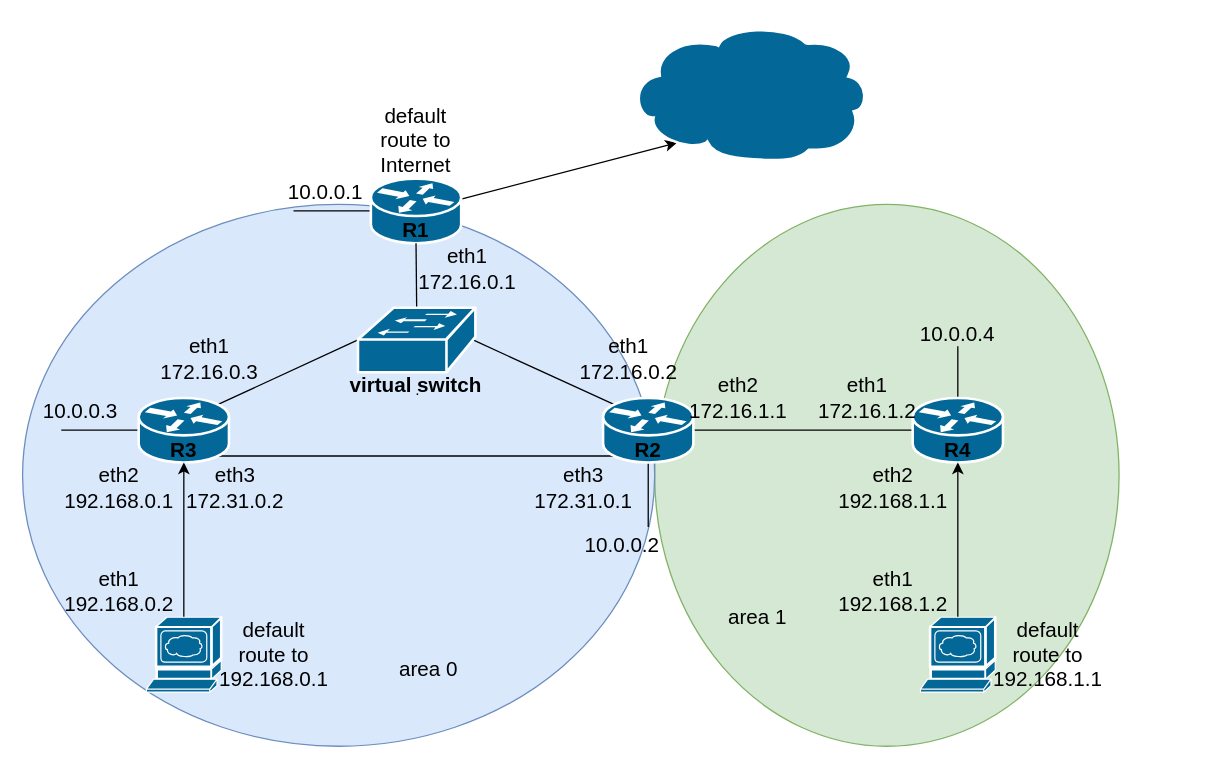
Above: dynamic_routing/docs/mai.drawio in mbfx/otus-linux-adm (draw.io), before the change. Source tidied: cells renumbered, new cells numbered last; positions are measured from the earlier drawing's top-left corner, leaving out a move shared by most shapes. Both pictures are drawn from the tidied source at 129%, with x=0, y=0 at pixel (22, 23).
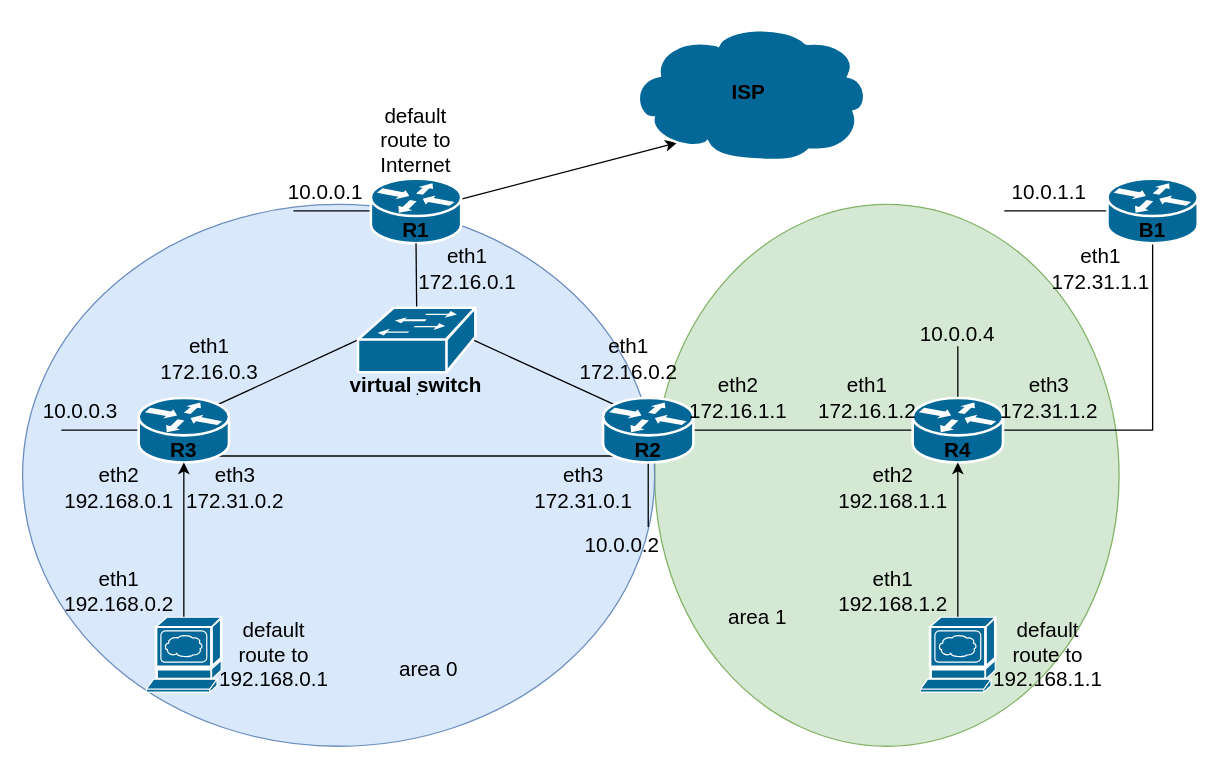
Above is the later version.

Unchanged cells that the change refers to:
```xml
<mxCell id="18" style="shape=mxgraph.cisco.routers.router;html=1;dashed=0;fillColor=#036897;strokeColor=#ffffff;strokeWidth=2;verticalLabelPosition=bottom;verticalAlign=top;align=center;outlineConnect=0;" parent="1" vertex="1">
  <mxGeometry x="690" y="290" width="70" height="50" as="geometry" />
</mxCell>
```

Diff of the diagram source:
```diff
@@
+    <mxCell id="49" style="edgeStyle=orthogonalEdgeStyle;rounded=0;jettySize=auto;html=1;exitX=1;exitY=0.5;exitDx=0;exitDy=0;exitPerimeter=0;entryX=0.5;entryY=1;entryDx=0;entryDy=0;entryPerimeter=0;endArrow=none;endFill=0;" parent="1" edge="1" source="18" target="51">
+      <mxGeometry relative="1" as="geometry" />
+    </mxCell>
@@
+    <mxCell id="50" style="rounded=0;jettySize=auto;html=1;exitX=0;exitY=0.5;exitDx=0;exitDy=0;exitPerimeter=0;endArrow=none;endFill=0;" parent="1" edge="1" source="51">
+      <mxGeometry relative="1" as="geometry">
+        <mxPoint x="761" y="145" as="targetPoint" />
+      </mxGeometry>
+    </mxCell>
+    <mxCell id="51" style="shape=mxgraph.cisco.routers.router;html=1;dashed=0;fillColor=#036897;strokeColor=#ffffff;strokeWidth=2;verticalLabelPosition=bottom;verticalAlign=top;align=center;outlineConnect=0;" parent="1" vertex="1">
+      <mxGeometry x="841" y="120" width="70" height="50" as="geometry" />
+    </mxCell>
+    <mxCell id="52" value="ISP" style="text;html=1;strokeColor=none;fillColor=none;align=center;verticalAlign=middle;whiteSpace=wrap;rounded=0;fontSize=16;fontStyle=1;" parent="1" vertex="1">
+      <mxGeometry x="543" y="43" width="40" height="20" as="geometry" />
+    </mxCell>
+    <mxCell id="53" value="B1" style="text;html=1;strokeColor=none;fillColor=none;align=center;verticalAlign=middle;whiteSpace=wrap;rounded=0;fontSize=16;fontStyle=1;" parent="1" vertex="1">
+      <mxGeometry x="856" y="150" width="40" height="20" as="geometry" />
+    </mxCell>
+    <mxCell id="54" value="10.0.1.1" style="text;html=1;strokeColor=none;fillColor=none;align=center;verticalAlign=middle;whiteSpace=wrap;rounded=0;fontSize=16;" parent="1" vertex="1">
+      <mxGeometry x="761" y="120" width="70" height="20" as="geometry" />
+    </mxCell>
+    <mxCell id="55" value="eth3&lt;br&gt;172.31.1.2" style="text;html=1;strokeColor=none;fillColor=none;align=center;verticalAlign=middle;whiteSpace=wrap;rounded=0;fontSize=16;" parent="1" vertex="1">
+      <mxGeometry x="761" y="270" width="70" height="40" as="geometry" />
+    </mxCell>
+    <mxCell id="56" value="eth1&lt;br&gt;172.31.1.1" style="text;html=1;strokeColor=none;fillColor=none;align=center;verticalAlign=middle;whiteSpace=wrap;rounded=0;fontSize=16;" parent="1" vertex="1">
+      <mxGeometry x="801" y="170" width="70" height="40" as="geometry" />
+    </mxCell>
```
